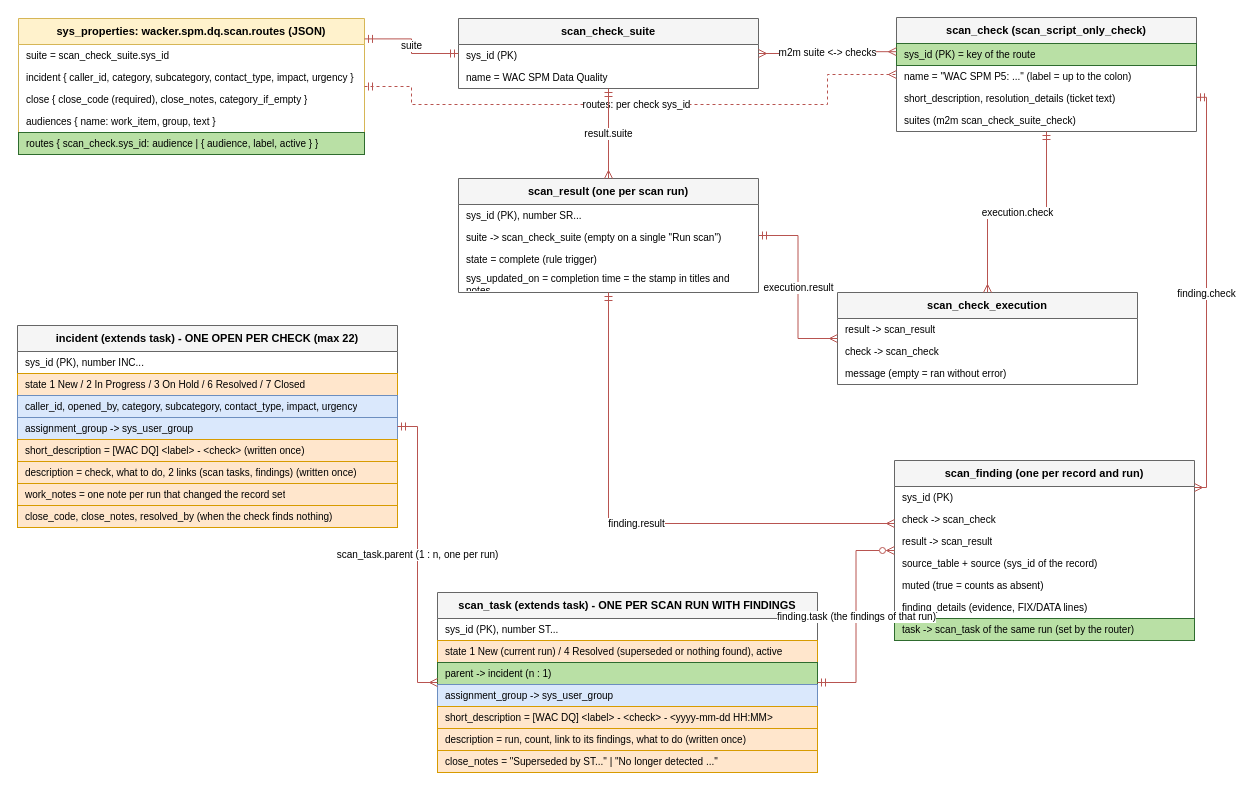
Earlier version of the draw.io diagram page "ScanERD" (12 of 14) of Wac.drawio (algimas/tmp). Source tidied: cells renumbered, new cells numbered last; positions are measured from the earlier drawing's top-left corner, leaving out a move shared by most shapes. Both pictures are drawn from the tidied source at 100%, with x=0, y=0 at pixel (17, 17).
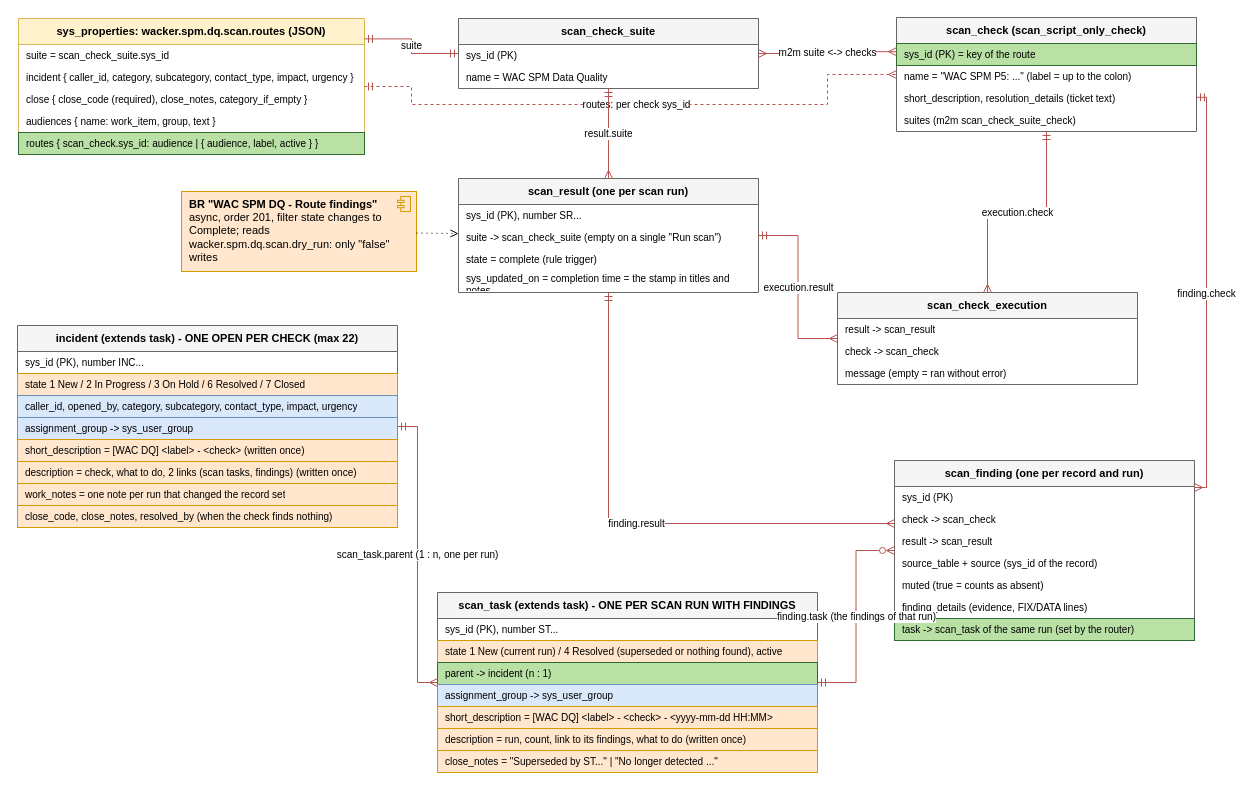
After the change.

The change refers to these unchanged cells:
```xml
<mxCell id="16" value="scan_result (one per scan run)" style="swimlane;fontStyle=1;horizontal=1;startSize=26;whiteSpace=wrap;html=1;fontSize=11;align=center;fillColor=#f5f5f5;strokeColor=#666666;" parent="1" vertex="1">
  <mxGeometry x="441" y="161" width="300" height="114" as="geometry" />
</mxCell>
```

The edit, as a diff of the source:
```diff
@@
+    <mxCell id="60" value="&lt;b&gt;BR &quot;WAC SPM DQ - Route findings&quot;&lt;/b&gt;&lt;br&gt;async, order 201, filter state changes to Complete; reads wacker.spm.dq.scan.dry_run: only &quot;false&quot; writes" style="html=1;outlineConnect=0;whiteSpace=wrap;shape=mxgraph.archimate3.application;appType=comp;archiType=square;verticalAlign=top;align=left;spacingLeft=6;spacingRight=24;fontSize=11;fillColor=#ffe6cc;strokeColor=#d79b00;" parent="1" vertex="1">
+      <mxGeometry x="164" y="174" width="235" height="80" as="geometry" />
+    </mxCell>
+    <mxCell id="61" style="html=1;endArrow=open;elbow=horizontal;endFill=0;dashed=1;dashPattern=1 4;rounded=0;" parent="1" edge="1" source="60" target="16">
+      <mxGeometry relative="1" as="geometry" />
+    </mxCell>
```
